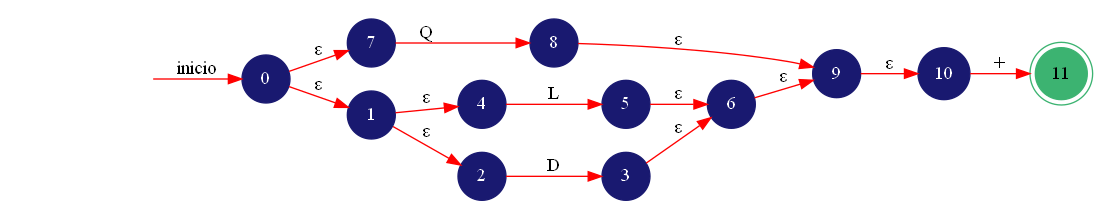
This is src/Imagenes/AFDN.png from SergieArizandieta/OLC1-P1-202000119, a Graphviz export, as it was before one commit. Its source is kept beside it as src/Imagenes/AFDN.dot.
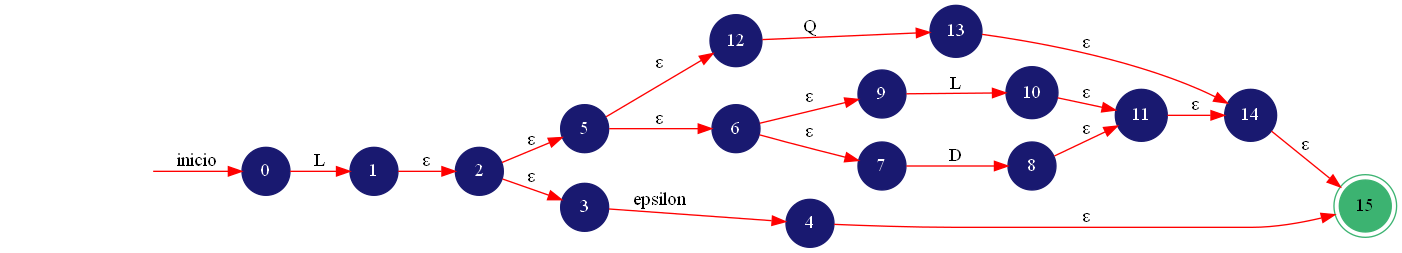
Later version of the same file.

Change to the diagram source:
```diff
@@ -1,22 +1,27 @@
 digraph AUTOMATA{
 	rankdir=LR;
-	node [shape=doublecircle, style = filled,color = mediumseagreen]; 11;
+	node [shape=doublecircle, style = filled,color = mediumseagreen]; 15;
 	node [shape=circle];
 	node [color=midnightblue,fontcolor=white];
 	edge [color=red];
 	secret_node [style=invis];
 	secret_node -> 0 [label="inicio"];
-	0 -> 7 [label="ε"];
-	0 -> 1 [label="ε"];
-	1 -> 4 [label="ε"];
+	0 -> 1 [label="L"];
 	1 -> 2 [label="ε"];
-	2 -> 3 [label="D"];
-	3 -> 6 [label="ε"];
-	4 -> 5 [label="L"];
+	2 -> 5 [label="ε"];
+	2 -> 3 [label="ε"];
+	3 -> 4 [label="epsilon"];
+	4 -> 15 [label="ε"];
+	5 -> 12 [label="ε"];
 	5 -> 6 [label="ε"];
 	6 -> 9 [label="ε"];
-	7 -> 8 [label="Q"];
-	8 -> 9 [label="ε"];
-	9 -> 10 [label="ε"];
-	10 -> 11 [label="+"];
+	6 -> 7 [label="ε"];
+	7 -> 8 [label="D"];
+	8 -> 11 [label="ε"];
+	9 -> 10 [label="L"];
+	10 -> 11 [label="ε"];
+	11 -> 14 [label="ε"];
+	12 -> 13 [label="Q"];
+	13 -> 14 [label="ε"];
+	14 -> 15 [label="ε"];
 }
```
